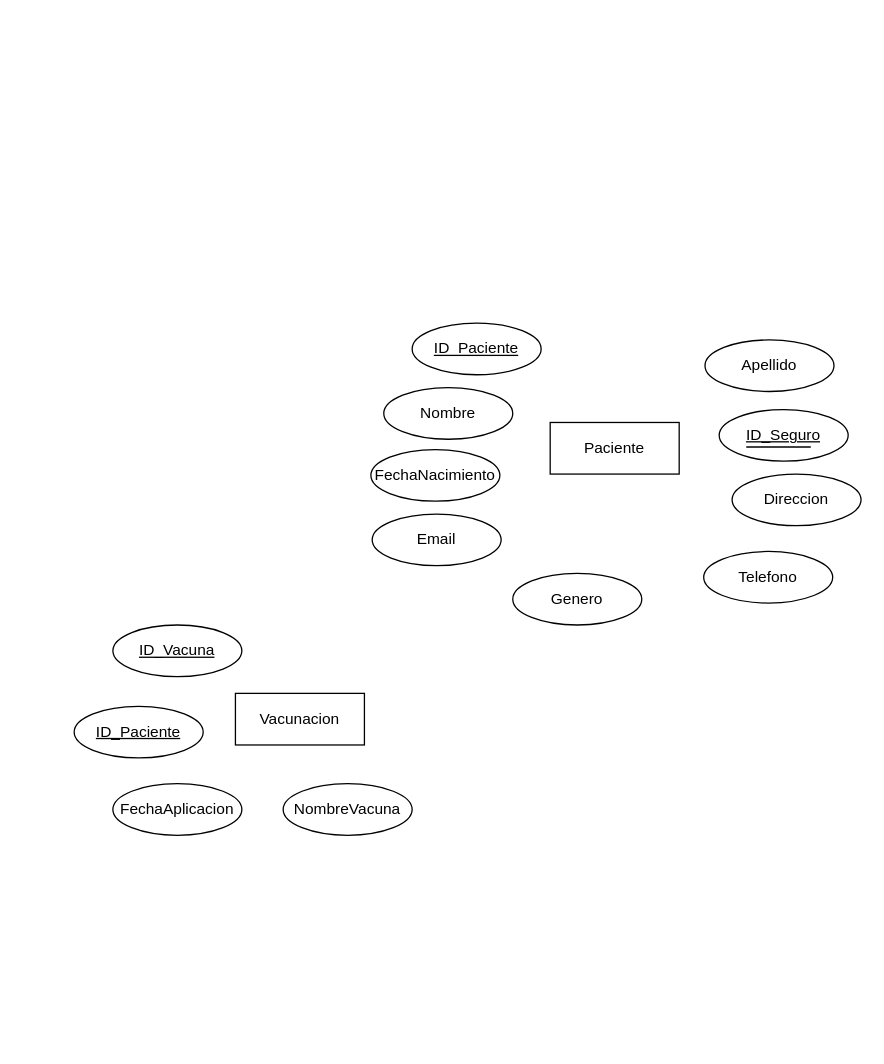
Earlier version of the draw.io diagram ExamenI.drawio (Csandoval-dev/EtlExamenI). Source tidied: cells renumbered, new cells numbered last; positions are measured from the earlier drawing's top-left corner, leaving out a move shared by most shapes. Both pictures are drawn from the tidied source at 129%, with x=0, y=0 at pixel (74, 322).
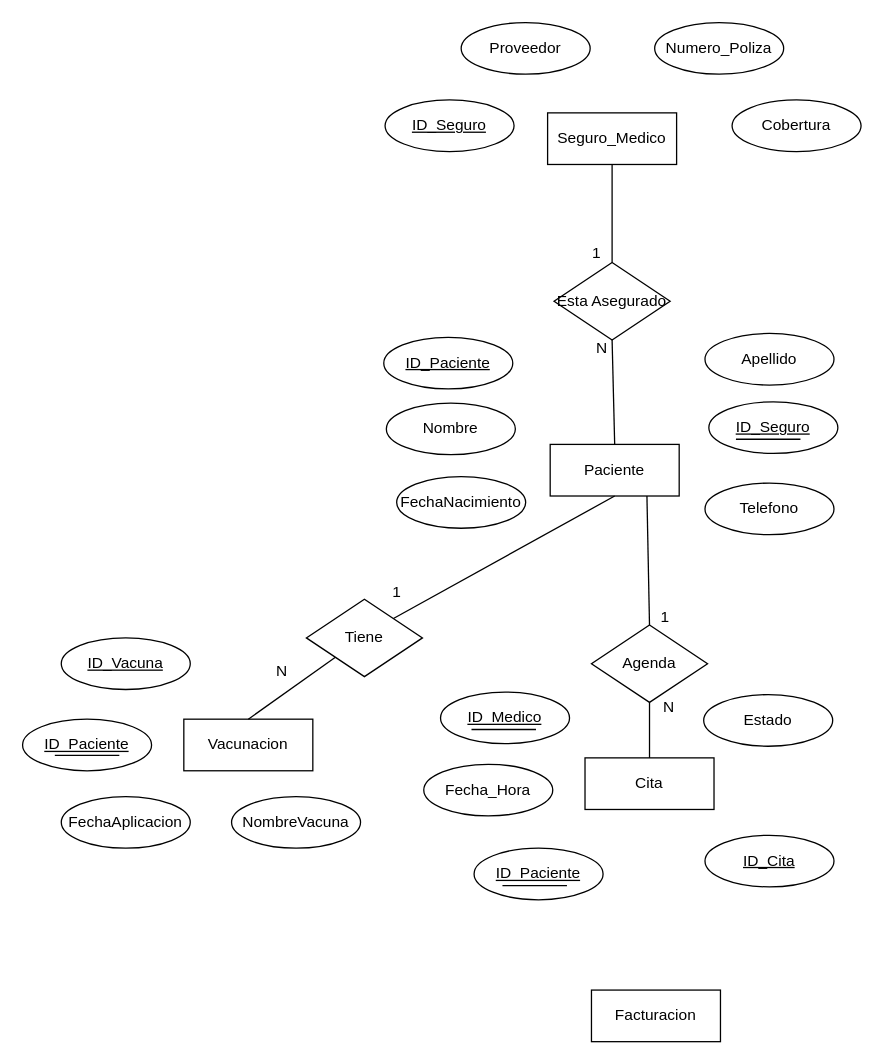
Above is the later version.

Change to the diagram source:
```diff
@@
     <mxCell id="2" value="Paciente" style="whiteSpace=wrap;html=1;align=center;" parent="1" vertex="1">
-      <mxGeometry x="369" y="77" width="100" height="40" as="geometry" />
+      <mxGeometry x="369" y="94" width="100" height="40" as="geometry" />
     </mxCell>
     <mxCell id="3" value="ID_Paciente" style="ellipse;whiteSpace=wrap;html=1;align=center;fontStyle=4;" parent="1" vertex="1">
-      <mxGeometry x="262" width="100" height="40" as="geometry" />
+      <mxGeometry x="240" y="11" width="100" height="40" as="geometry" />
     </mxCell>
     <mxCell id="4" value="Nombre" style="ellipse;whiteSpace=wrap;html=1;align=center;" parent="1" vertex="1">
-      <mxGeometry x="240" y="50" width="100" height="40" as="geometry" />
+      <mxGeometry x="242" y="62" width="100" height="40" as="geometry" />
     </mxCell>
     <mxCell id="5" value="Apellido" style="ellipse;whiteSpace=wrap;html=1;align=center;" parent="1" vertex="1">
-      <mxGeometry x="489" y="13" width="100" height="40" as="geometry" />
+      <mxGeometry x="489" y="8" width="100" height="40" as="geometry" />
     </mxCell>
     <mxCell id="6" value="FechaNacimiento" style="ellipse;whiteSpace=wrap;html=1;align=center;" parent="1" vertex="1">
-      <mxGeometry x="230" y="98" width="100" height="40" as="geometry" />
+      <mxGeometry x="250" y="119" width="100" height="40" as="geometry" />
     </mxCell>
-    <mxCell id="7" value="Genero" style="ellipse;whiteSpace=wrap;html=1;align=center;" parent="1" vertex="1">
-      <mxGeometry x="340" y="194" width="100" height="40" as="geometry" />
-    </mxCell>
-    <mxCell id="8" value="Direccion" style="ellipse;whiteSpace=wrap;html=1;align=center;" parent="1" vertex="1">
-      <mxGeometry x="510" y="117" width="100" height="40" as="geometry" />
-    </mxCell>
     <mxCell id="9" value="Telefono" style="ellipse;whiteSpace=wrap;html=1;align=center;" parent="1" vertex="1">
-      <mxGeometry x="488" y="177" width="100" height="40" as="geometry" />
+      <mxGeometry x="489" y="124" width="100" height="40" as="geometry" />
     </mxCell>
-    <mxCell id="10" value="Email" style="ellipse;whiteSpace=wrap;html=1;align=center;" parent="1" vertex="1">
-      <mxGeometry x="231" y="148" width="100" height="40" as="geometry" />
-    </mxCell>
     <mxCell id="11" value="ID_Seguro" style="ellipse;whiteSpace=wrap;html=1;align=center;fontStyle=4;" parent="1" vertex="1">
-      <mxGeometry x="500" y="67" width="100" height="40" as="geometry" />
+      <mxGeometry x="492" y="61" width="100" height="40" as="geometry" />
     </mxCell>
     <mxCell id="12" style="endArrow=none;html=1;rounded=0;" parent="1" edge="1">
       <mxGeometry relative="1" as="geometry">
-        <mxPoint x="521" y="96" as="sourcePoint" />
-        <mxPoint x="571" y="96" as="targetPoint" />
+        <mxPoint x="513" y="90" as="sourcePoint" />
+        <mxPoint x="563" y="90" as="targetPoint" />
       </mxGeometry>
     </mxCell>
     <mxCell id="13" value="Vacunacion" style="whiteSpace=wrap;html=1;align=center;" parent="1" vertex="1">
-      <mxGeometry x="125" y="287" width="100" height="40" as="geometry" />
+      <mxGeometry x="85" y="307" width="100" height="40" as="geometry" />
     </mxCell>
     <mxCell id="14" value="ID_Paciente" style="ellipse;whiteSpace=wrap;html=1;align=center;fontStyle=4;" parent="1" vertex="1">
-      <mxGeometry y="297" width="100" height="40" as="geometry" />
+      <mxGeometry x="-40" y="307" width="100" height="40" as="geometry" />
     </mxCell>
     <mxCell id="15" value="ID_Vacuna" style="ellipse;whiteSpace=wrap;html=1;align=center;fontStyle=4;" parent="1" vertex="1">
-      <mxGeometry x="30" y="234" width="100" height="40" as="geometry" />
+      <mxGeometry x="-10" y="244" width="100" height="40" as="geometry" />
     </mxCell>
     <mxCell id="16" value="NombreVacuna" style="ellipse;whiteSpace=wrap;html=1;align=center;" parent="1" vertex="1">
-      <mxGeometry x="162" y="357" width="100" height="40" as="geometry" />
+      <mxGeometry x="122" y="367" width="100" height="40" as="geometry" />
     </mxCell>
     <mxCell id="17" value="FechaAplicacion" style="ellipse;whiteSpace=wrap;html=1;align=center;" parent="1" vertex="1">
-      <mxGeometry x="30" y="357" width="100" height="40" as="geometry" />
+      <mxGeometry x="-10" y="367" width="100" height="40" as="geometry" />
     </mxCell>
+    <mxCell id="18" value="Tiene" style="shape=rhombus;perimeter=rhombusPerimeter;whiteSpace=wrap;html=1;align=center;" parent="1" vertex="1">
+      <mxGeometry x="180" y="214" width="90" height="60" as="geometry" />
+    </mxCell>
+    <mxCell id="19" style="endArrow=none;html=1;rounded=0;exitX=0;exitY=1;exitDx=0;exitDy=0;entryX=0.5;entryY=0;entryDx=0;entryDy=0;" parent="1" edge="1" source="18" target="13">
+      <mxGeometry relative="1" as="geometry" />
+    </mxCell>
+    <mxCell id="20" style="endArrow=none;html=1;rounded=0;exitX=1;exitY=0;exitDx=0;exitDy=0;entryX=0.5;entryY=1;entryDx=0;entryDy=0;" parent="1" edge="1" source="18" target="2">
+      <mxGeometry relative="1" as="geometry" />
+    </mxCell>
+    <mxCell id="21" value="1" style="text;strokeColor=none;fillColor=none;spacingLeft=4;spacingRight=4;overflow=hidden;fontSize=12;whiteSpace=wrap;html=1;" parent="1" vertex="1">
+      <mxGeometry x="241" y="195" width="40" height="30" as="geometry" />
+    </mxCell>
+    <mxCell id="22" value="N" style="text;strokeColor=none;fillColor=none;spacingLeft=4;spacingRight=4;overflow=hidden;fontSize=12;whiteSpace=wrap;html=1;" parent="1" vertex="1">
+      <mxGeometry x="399" y="6" width="40" height="30" as="geometry" />
+    </mxCell>
+    <mxCell id="23" value="Seguro_Medico" style="whiteSpace=wrap;html=1;align=center;" parent="1" vertex="1">
+      <mxGeometry x="367" y="-163" width="100" height="40" as="geometry" />
+    </mxCell>
+    <mxCell id="24" value="ID_Seguro" style="ellipse;whiteSpace=wrap;html=1;align=center;fontStyle=4;" parent="1" vertex="1">
+      <mxGeometry x="241" y="-173" width="100" height="40" as="geometry" />
+    </mxCell>
+    <mxCell id="25" value="Proveedor" style="ellipse;whiteSpace=wrap;html=1;align=center;" parent="1" vertex="1">
+      <mxGeometry x="300" y="-233" width="100" height="40" as="geometry" />
+    </mxCell>
+    <mxCell id="26" value="Numero_Poliza" style="ellipse;whiteSpace=wrap;html=1;align=center;" parent="1" vertex="1">
+      <mxGeometry x="450" y="-233" width="100" height="40" as="geometry" />
+    </mxCell>
+    <mxCell id="27" value="Cobertura" style="ellipse;whiteSpace=wrap;html=1;align=center;" parent="1" vertex="1">
+      <mxGeometry x="510" y="-173" width="100" height="40" as="geometry" />
+    </mxCell>
+    <mxCell id="28" value="Esta Asegurado" style="shape=rhombus;perimeter=rhombusPerimeter;whiteSpace=wrap;html=1;align=center;" parent="1" vertex="1">
+      <mxGeometry x="372" y="-47" width="90" height="60" as="geometry" />
+    </mxCell>
+    <mxCell id="29" style="endArrow=none;html=1;rounded=0;exitX=0.5;exitY=1;exitDx=0;exitDy=0;entryX=0.5;entryY=0;entryDx=0;entryDy=0;" parent="1" edge="1" source="28" target="2">
+      <mxGeometry relative="1" as="geometry" />
+    </mxCell>
+    <mxCell id="30" style="endArrow=none;html=1;rounded=0;exitX=0.5;exitY=0;exitDx=0;exitDy=0;entryX=0.5;entryY=1;entryDx=0;entryDy=0;" parent="1" edge="1" source="28" target="23">
+      <mxGeometry relative="1" as="geometry" />
+    </mxCell>
+    <mxCell id="31" value="N" style="text;strokeColor=none;fillColor=none;spacingLeft=4;spacingRight=4;overflow=hidden;fontSize=12;whiteSpace=wrap;html=1;" parent="1" vertex="1">
+      <mxGeometry x="151" y="256" width="40" height="30" as="geometry" />
+    </mxCell>
+    <mxCell id="32" value="1" style="text;strokeColor=none;fillColor=none;spacingLeft=4;spacingRight=4;overflow=hidden;fontSize=12;whiteSpace=wrap;html=1;" parent="1" vertex="1">
+      <mxGeometry x="396" y="-68" width="40" height="30" as="geometry" />
+    </mxCell>
+    <mxCell id="33" value="Cita" style="whiteSpace=wrap;html=1;align=center;" parent="1" vertex="1">
+      <mxGeometry x="396" y="337" width="100" height="40" as="geometry" />
+    </mxCell>
+    <mxCell id="34" value="ID_Paciente" style="ellipse;whiteSpace=wrap;html=1;align=center;fontStyle=4;" parent="1" vertex="1">
+      <mxGeometry x="310" y="407" width="100" height="40" as="geometry" />
+    </mxCell>
+    <mxCell id="35" value="ID_Cita" style="ellipse;whiteSpace=wrap;html=1;align=center;fontStyle=4;" parent="1" vertex="1">
+      <mxGeometry x="489" y="397" width="100" height="40" as="geometry" />
+    </mxCell>
+    <mxCell id="36" value="ID_Medico" style="ellipse;whiteSpace=wrap;html=1;align=center;fontStyle=4;" parent="1" vertex="1">
+      <mxGeometry x="284" y="286" width="100" height="40" as="geometry" />
+    </mxCell>
+    <mxCell id="37" value="Fecha_Hora" style="ellipse;whiteSpace=wrap;html=1;align=center;" parent="1" vertex="1">
+      <mxGeometry x="271" y="342" width="100" height="40" as="geometry" />
+    </mxCell>
+    <mxCell id="38" value="Estado" style="ellipse;whiteSpace=wrap;html=1;align=center;" parent="1" vertex="1">
+      <mxGeometry x="488" y="288" width="100" height="40" as="geometry" />
+    </mxCell>
+    <mxCell id="39" value="Agenda" style="shape=rhombus;perimeter=rhombusPerimeter;whiteSpace=wrap;html=1;align=center;" parent="1" vertex="1">
+      <mxGeometry x="401" y="234" width="90" height="60" as="geometry" />
+    </mxCell>
+    <mxCell id="40" style="endArrow=none;html=1;rounded=0;exitX=0.75;exitY=1;exitDx=0;exitDy=0;entryX=0.5;entryY=0;entryDx=0;entryDy=0;" parent="1" edge="1" source="2" target="39">
+      <mxGeometry relative="1" as="geometry" />
+    </mxCell>
+    <mxCell id="41" style="endArrow=none;html=1;rounded=0;exitX=0.5;exitY=1;exitDx=0;exitDy=0;entryX=0.5;entryY=0;entryDx=0;entryDy=0;" parent="1" edge="1" source="39" target="33">
+      <mxGeometry relative="1" as="geometry" />
+    </mxCell>
+    <mxCell id="42" value="1" style="text;strokeColor=none;fillColor=none;spacingLeft=4;spacingRight=4;overflow=hidden;fontSize=12;whiteSpace=wrap;html=1;" parent="1" vertex="1">
+      <mxGeometry x="449" y="214" width="40" height="30" as="geometry" />
+    </mxCell>
+    <mxCell id="43" value="N" style="text;strokeColor=none;fillColor=none;spacingLeft=4;spacingRight=4;overflow=hidden;fontSize=12;whiteSpace=wrap;html=1;" parent="1" vertex="1">
+      <mxGeometry x="451" y="284" width="40" height="30" as="geometry" />
+    </mxCell>
+    <mxCell id="44" style="endArrow=none;html=1;rounded=0;" parent="1" edge="1">
+      <mxGeometry relative="1" as="geometry">
+        <mxPoint x="-15" y="335" as="sourcePoint" />
+        <mxPoint x="35" y="335" as="targetPoint" />
+      </mxGeometry>
+    </mxCell>
+    <mxCell id="45" style="endArrow=none;html=1;rounded=0;" parent="1" edge="1">
+      <mxGeometry relative="1" as="geometry">
+        <mxPoint x="308" y="315" as="sourcePoint" />
+        <mxPoint x="358" y="315" as="targetPoint" />
+      </mxGeometry>
+    </mxCell>
+    <mxCell id="46" style="endArrow=none;html=1;rounded=0;" parent="1" edge="1">
+      <mxGeometry relative="1" as="geometry">
+        <mxPoint x="332" y="436" as="sourcePoint" />
+        <mxPoint x="382" y="436" as="targetPoint" />
+      </mxGeometry>
+    </mxCell>
+    <mxCell id="47" value="Facturacion" style="whiteSpace=wrap;html=1;align=center;" parent="1" vertex="1">
+      <mxGeometry x="401" y="517" width="100" height="40" as="geometry" />
+    </mxCell>
```
